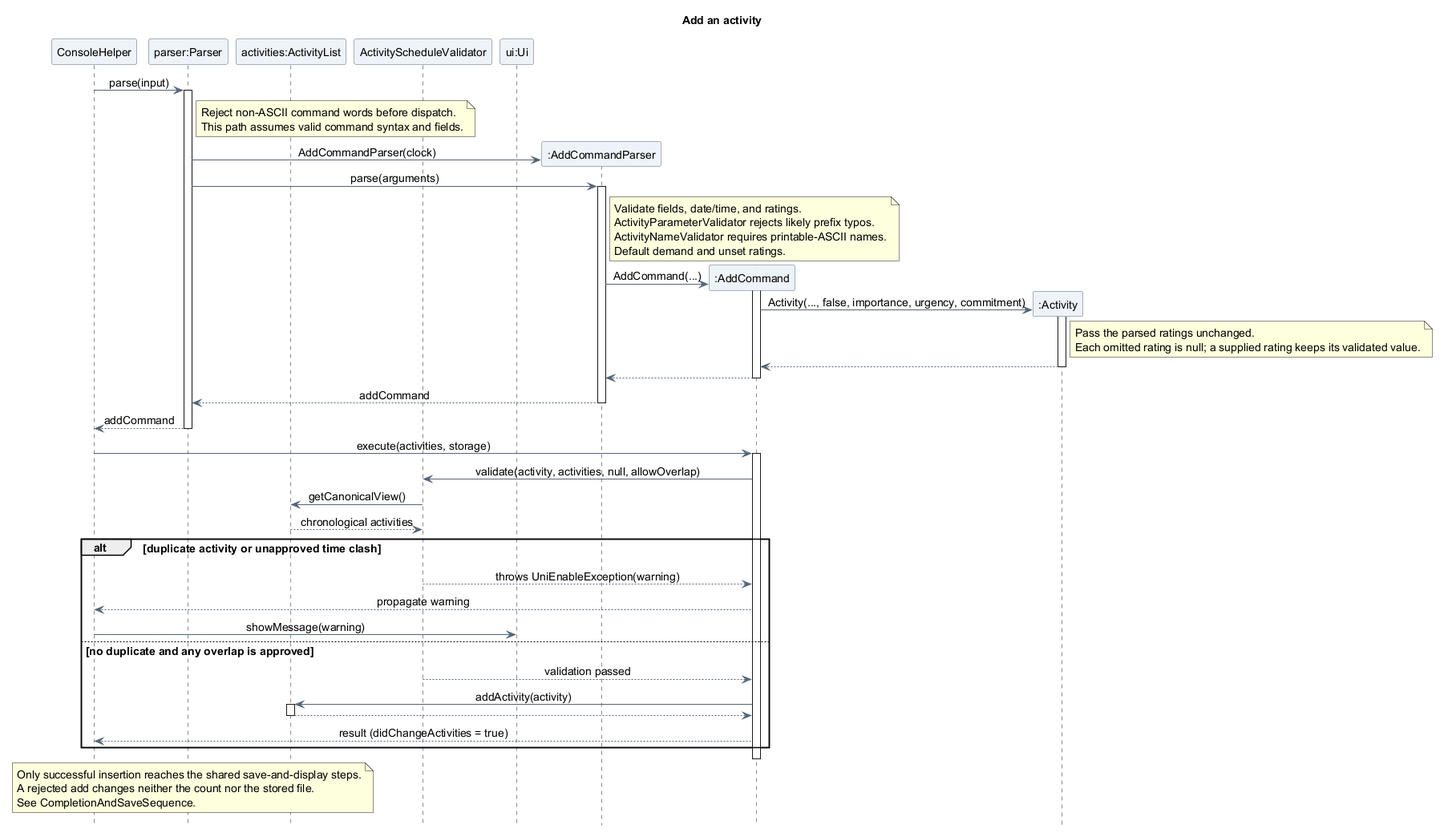
This is docs/images/atharva/sequence/AddActivitySequence.png from AY2627S1-CS2113-T10-4/tp, a PlantUML export, as it was before one commit.
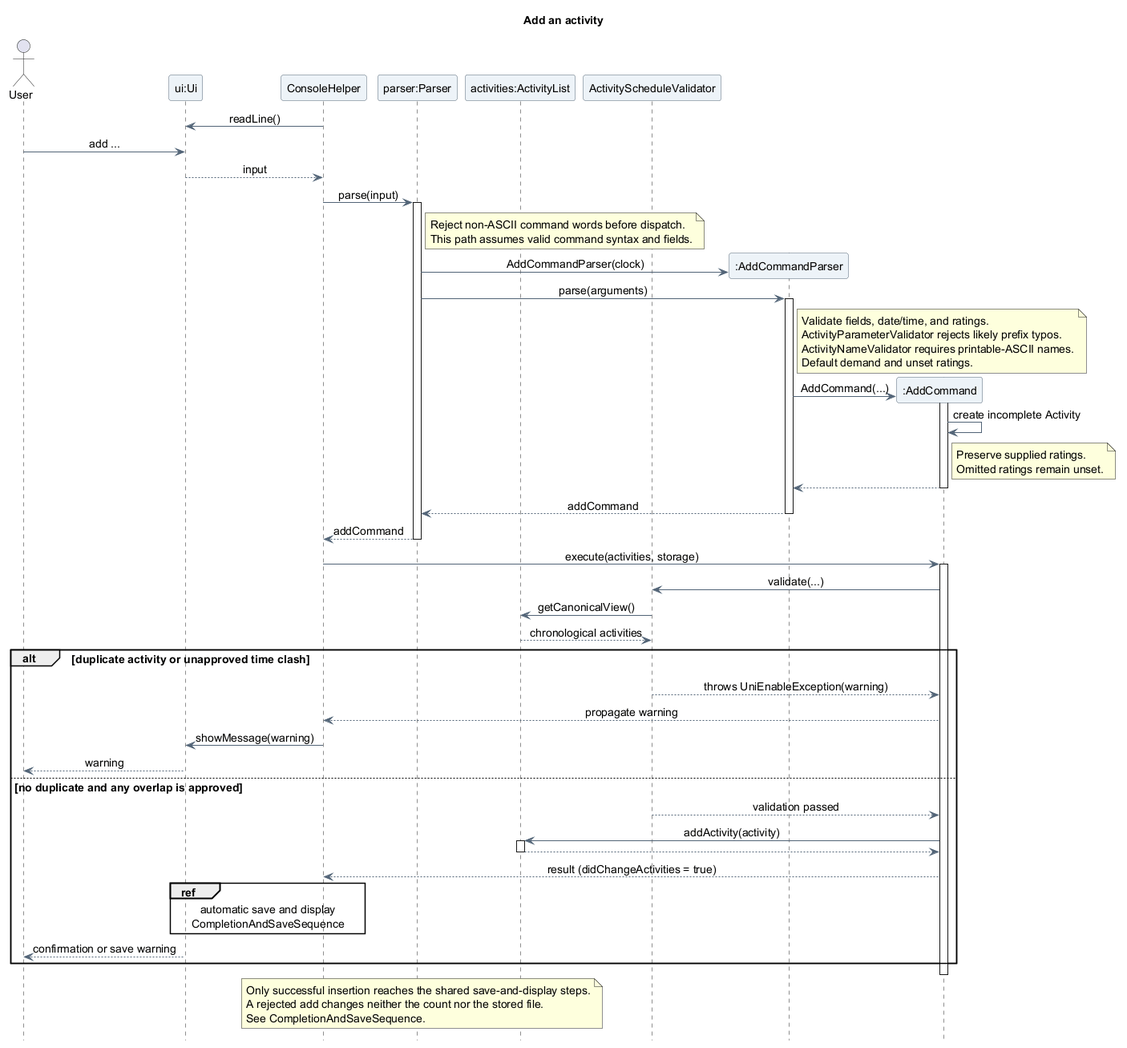
After the commit.

What changed in the source:
```diff
@@ -10,11 +10,16 @@
 skinparam sequenceMessageAlign center
 hide footbox
 
+actor "User" as User
+participant "ui:Ui" as UI
 participant "ConsoleHelper" as Console
 participant "parser:Parser" as Parser
 participant "activities:ActivityList" as Activities
 participant "ActivityScheduleValidator" as Schedule
-participant "ui:Ui" as UI
+
+Console -> UI : readLine()
+User -> UI : add ...
+UI --> Console : input
 
 Console -> Parser : parse(input)
 activate Parser
@@ -35,15 +40,11 @@
 create participant ":AddCommand" as Add
 AddParser -> Add : AddCommand(...)
 activate Add
-create participant ":Activity" as Activity
-Add -> Activity : Activity(..., false, importance, urgency, commitment)
-activate Activity
-note right of Activity
-  Pass the parsed ratings unchanged.
-  Each omitted rating is null; a supplied rating keeps its validated value.
+Add -> Add : create incomplete Activity
+note right of Add
+  Preserve supplied ratings.
+  Omitted ratings remain unset.
 end note
-Activity --> Add
-deactivate Activity
 Add --> AddParser
 deactivate Add
 AddParser --> Parser : addCommand
@@ -53,13 +54,14 @@
 
 Console -> Add : execute(activities, storage)
 activate Add
-Add -> Schedule : validate(activity, activities, null, allowOverlap)
+Add -> Schedule : validate(...)
 Schedule -> Activities : getCanonicalView()
 Activities --> Schedule : chronological activities
 alt duplicate activity or unapproved time clash
   Schedule --> Add : throws UniEnableException(warning)
   Add --> Console : propagate warning
   Console -> UI : showMessage(warning)
+  UI --> User : warning
 else no duplicate and any overlap is approved
   Schedule --> Add : validation passed
   Add -> Activities : addActivity(activity)
@@ -67,6 +69,11 @@
   Activities --> Add
   deactivate Activities
   Add --> Console : result (didChangeActivities = true)
+  ref over Console, UI
+  automatic save and display
+  CompletionAndSaveSequence
+end ref
+  UI --> User : confirmation or save warning
 end
 deactivate Add
 note over Console, Activities
```
